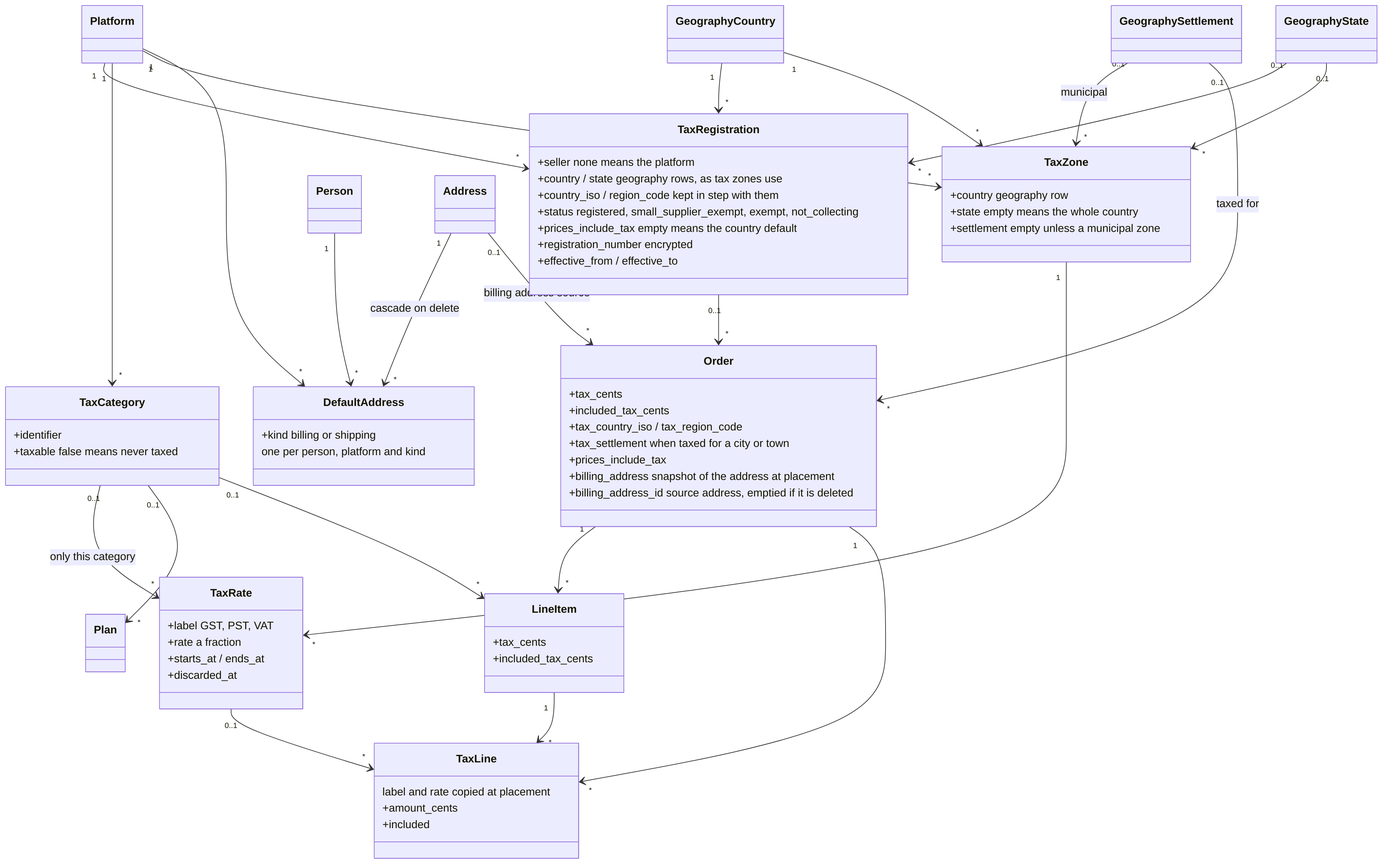
Earlier version of the Mermaid export docs/diagrams/exports/png/billing_tax_model.png (better-together-org/community-engine-rails). Its source is kept beside it as docs/diagrams/source/billing_tax_model.mmd.
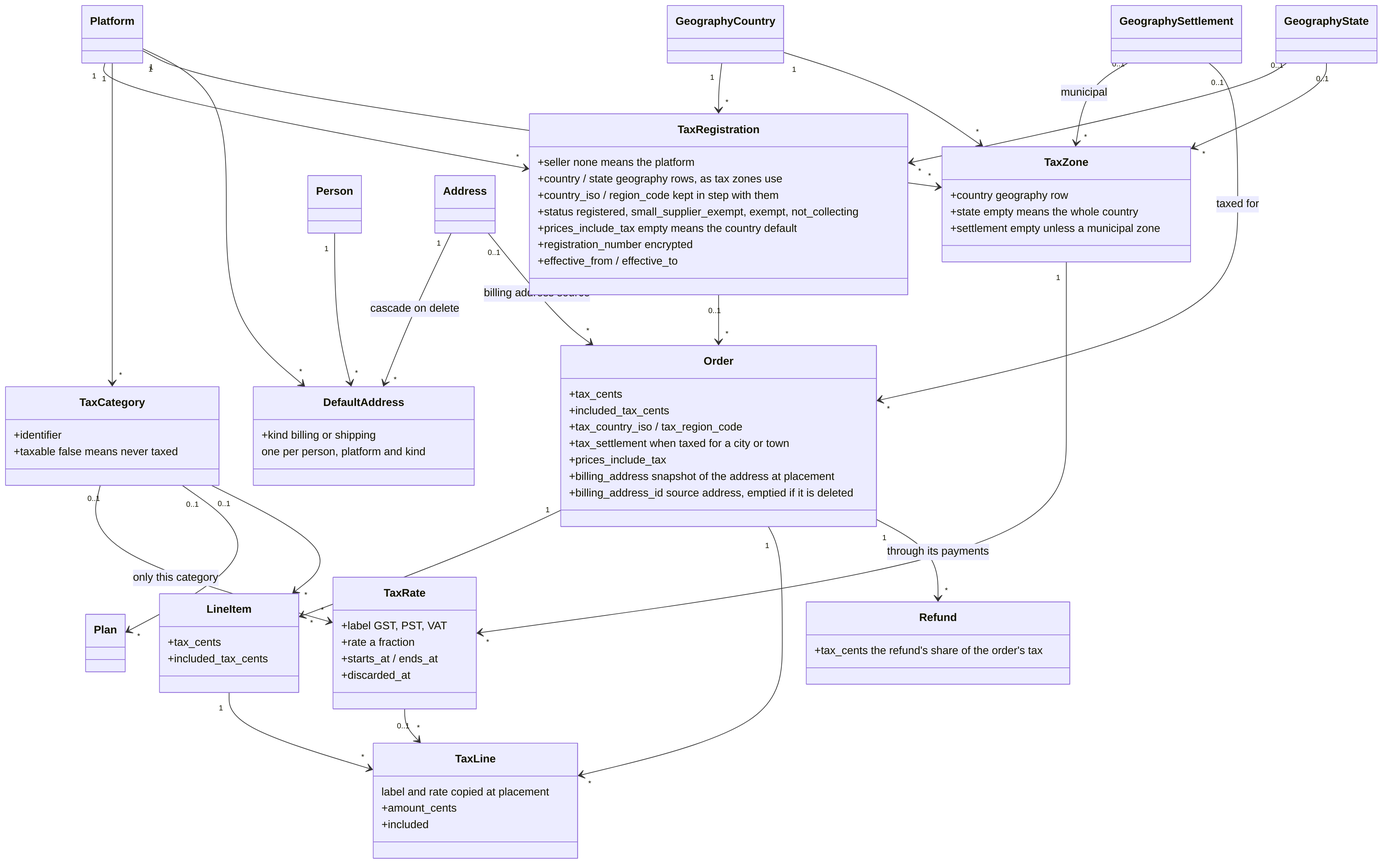
After the commit.

Change to the diagram source:
```diff
@@ -37,6 +37,9 @@
     +billing_address  snapshot of the address at placement
     +billing_address_id  source address, emptied if it is deleted
   }
+  class Refund {
+    +tax_cents  the refund's share of the order's tax
+  }
   class DefaultAddress {
     +kind  billing or shipping
     one per person, platform and kind
@@ -62,6 +65,7 @@
   Order "1" --> "*" LineItem
   LineItem "1" --> "*" TaxLine
   Order "1" --> "*" TaxLine
+  Order "1" --> "*" Refund : through its payments
   TaxRate "0..1" --> "*" TaxLine
   Person "1" --> "*" DefaultAddress
   Platform "1" --> "*" DefaultAddress
```
